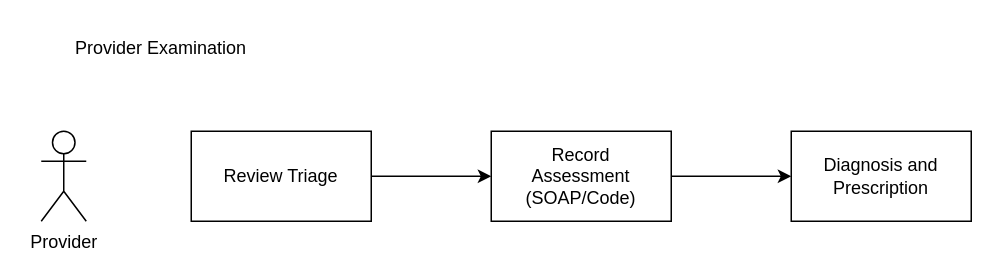
The draw.io diagram page "Provider Examination" (6 of 9) of docs/architecture.drawio in scottroot-msft/Business-Process-Tracking-Level-Up, before the edit. Source tidied: cells renumbered, new cells numbered last; positions are measured from the earlier drawing's top-left corner, leaving out a move shared by most shapes. Both pictures are drawn from the tidied source at 150%, with x=0, y=0 at pixel (26, 26).
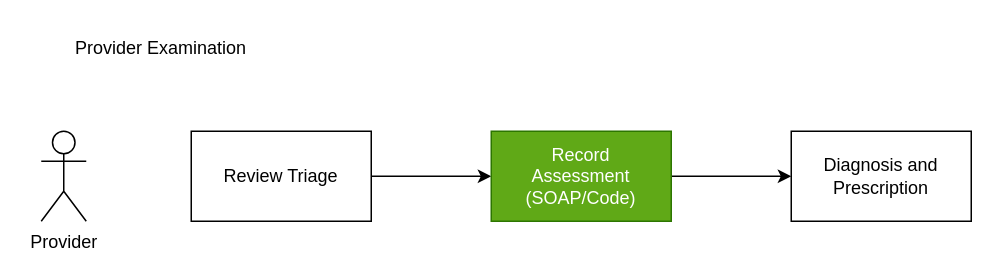
Above is the later version.

What changed in the source:
```diff
@@
 <mxGraphModel>
   <root>
     <mxCell id="0" />
     <mxCell id="1" parent="0" />
     <mxCell id="2" value="Provider" style="shape=umlActor;verticalLabelPosition=bottom;verticalAlign=top;html=1;" parent="1" vertex="1">
       <mxGeometry x="10" y="70" width="30" height="60" as="geometry" />
     </mxCell>
     <mxCell id="3" style="edgeStyle=none;html=1;" parent="1" edge="1" source="4" target="6">
       <mxGeometry relative="1" as="geometry" />
     </mxCell>
     <mxCell id="4" value="Review Triage" style="rounded=0;whiteSpace=wrap;html=1;" parent="1" vertex="1">
       <mxGeometry x="110" y="70" width="120" height="60" as="geometry" />
     </mxCell>
     <mxCell id="5" style="edgeStyle=none;html=1;" parent="1" edge="1" source="6" target="7">
       <mxGeometry relative="1" as="geometry" />
     </mxCell>
-    <mxCell id="6" value="Record&lt;br&gt;Assessment (SOAP/Code)" style="rounded=0;whiteSpace=wrap;html=1;" parent="1" vertex="1">
+    <mxCell id="6" value="Record&lt;br&gt;Assessment (SOAP/Code)" style="rounded=0;whiteSpace=wrap;html=1;fillColor=#60a917;fontColor=#ffffff;strokeColor=#2D7600;" parent="1" vertex="1">
       <mxGeometry x="310" y="70" width="120" height="60" as="geometry" />
     </mxCell>
     <mxCell id="7" value="Diagnosis and Prescription" style="rounded=0;whiteSpace=wrap;html=1;" parent="1" vertex="1">
       <mxGeometry x="510" y="70" width="120" height="60" as="geometry" />
     </mxCell>
     <mxCell id="8" value="Provider Examination" style="text;html=1;strokeColor=none;fillColor=none;align=center;verticalAlign=middle;whiteSpace=wrap;rounded=0;" parent="1" vertex="1">
       <mxGeometry width="180" height="30" as="geometry" />
     </mxCell>
   </root>
 </mxGraphModel>
```
